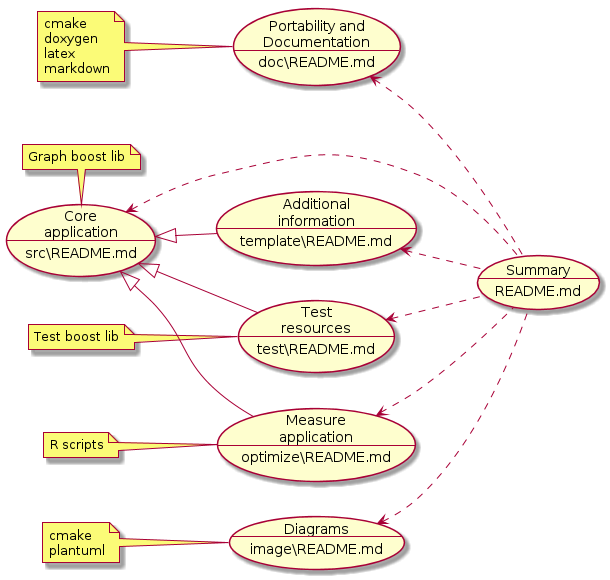
The PlantUML diagram image/approach.png in xue2sheng/GenealogicalTree, before a commit.
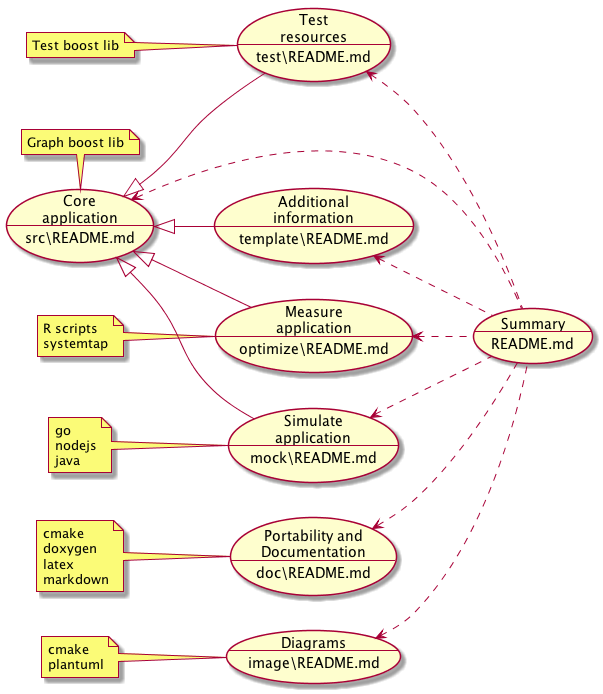
Above is the later version.

Commit message:
Added mock folder

Change to the diagram source:
```diff
@@ -6,19 +6,23 @@
 (Test\nresources\n--\ntest\README.md) as (Test)
 (Summary\n--\nREADME.md) as (Summary)
 (Measure\napplication\n--\noptimize\README.md) as (Measure)
+(Simulate\napplication\n--\nmock\README.md) as (Mock)
 (Core\napplication\n--\nsrc\README.md) as (Core)
 (Doc) <.. (Summary)
 (Template) <.. (Summary)
 (Image) <.. (Summary)
 (Test) <.. (Summary)
 (Measure) <.. (Summary)
+(Mock) <.. (Summary)
 (Core) <.. (Summary)
 (Core) <|-- (Template)
 (Core) <|-- (Test)
 (Core) <|-- (Measure)
+(Core) <|-- (Mock)
 note left of (Doc): cmake\ndoxygen\nlatex\nmarkdown
 note left of (Image): cmake\nplantuml
-note left of (Measure): R scripts
+note left of (Measure): R scripts\nsystemtap
+note left of (Mock): go\nnodejs\njava
 note top of (Core): Graph boost lib
 note left of (Test): Test boost lib
 @enduml
```
